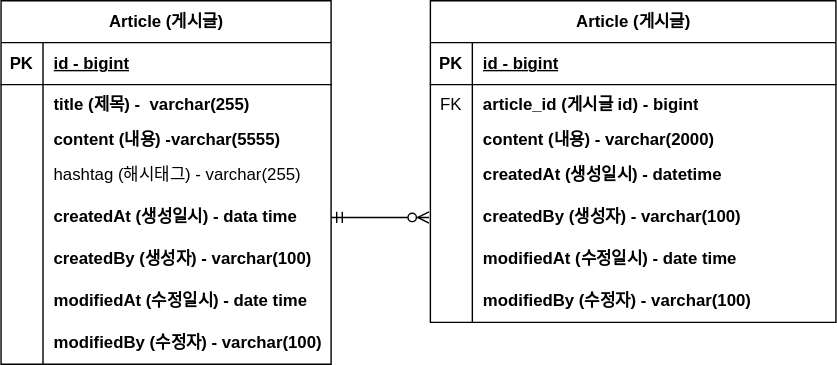
The draw.io diagram document/project-board-erd.svg in th2662/board-test, before a commit. Source tidied: cells renumbered, new cells last; positions are measured from the earlier drawing's top-left corner, leaving out a move shared by most shapes.
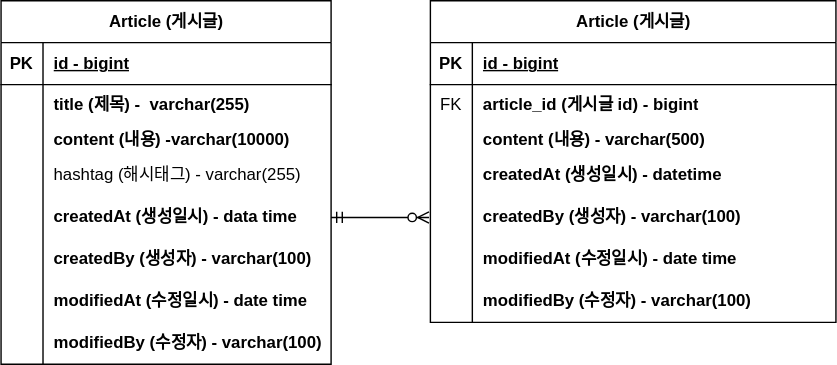
The same file after the commit.

Commit message:
#9 - erd 업데이트 : content 사이즈 변경

Diff of the diagram source:
```diff
@@ -34,7 +34,7 @@
     <mxCell id="11" style="shape=partialRectangle;fillColor=none;top=0;left=0;bottom=0;right=0;overflow=hidden;whiteSpace=wrap;html=1;strokeColor=default;fontFamily=Helvetica;fontSize=12;fontColor=default;" parent="10" vertex="1">
       <mxGeometry width="30" height="20" as="geometry" />
     </mxCell>
-    <mxCell id="12" value="content (내용) -varchar(5555)" style="shape=partialRectangle;fillColor=none;top=0;left=0;bottom=0;right=0;align=left;spacingLeft=6;overflow=hidden;whiteSpace=wrap;html=1;strokeColor=default;fontFamily=Helvetica;fontSize=12;fontColor=default;fontStyle=1;" parent="10" vertex="1">
+    <mxCell id="12" value="content (내용) -varchar(10000)" style="shape=partialRectangle;fillColor=none;top=0;left=0;bottom=0;right=0;align=left;spacingLeft=6;overflow=hidden;whiteSpace=wrap;html=1;strokeColor=default;fontFamily=Helvetica;fontSize=12;fontColor=default;fontStyle=1;" parent="10" vertex="1">
       <mxGeometry x="30" width="206" height="20" as="geometry" />
     </mxCell>
     <mxCell id="13" style="shape=tableRow;horizontal=0;startSize=0;swimlaneHead=0;swimlaneBody=0;fillColor=none;top=0;left=0;right=0;bottom=0;strokeColor=default;fontFamily=Helvetica;fontSize=12;fontColor=default;" parent="3" vertex="1">
@@ -109,7 +109,7 @@
     <mxCell id="36" style="shape=partialRectangle;fillColor=none;top=0;left=0;bottom=0;right=0;overflow=hidden;whiteSpace=wrap;html=1;strokeColor=default;fontFamily=Helvetica;fontSize=12;fontColor=default;" parent="35" vertex="1">
       <mxGeometry width="30" height="20" as="geometry" />
     </mxCell>
-    <mxCell id="37" value="content (내용) - varchar(2000)" style="shape=partialRectangle;fillColor=none;top=0;left=0;bottom=0;right=0;align=left;spacingLeft=6;overflow=hidden;whiteSpace=wrap;html=1;strokeColor=default;fontFamily=Helvetica;fontSize=12;fontColor=default;fontStyle=1;" parent="35" vertex="1">
+    <mxCell id="37" value="content (내용) - varchar(500)" style="shape=partialRectangle;fillColor=none;top=0;left=0;bottom=0;right=0;align=left;spacingLeft=6;overflow=hidden;whiteSpace=wrap;html=1;strokeColor=default;fontFamily=Helvetica;fontSize=12;fontColor=default;fontStyle=1;" parent="35" vertex="1">
       <mxGeometry x="30" width="260" height="20" as="geometry" />
     </mxCell>
     <mxCell id="38" style="shape=tableRow;horizontal=0;startSize=0;swimlaneHead=0;swimlaneBody=0;fillColor=none;top=0;left=0;right=0;bottom=0;strokeColor=default;fontFamily=Helvetica;fontSize=12;fontColor=default;" parent="28" vertex="1">
```
